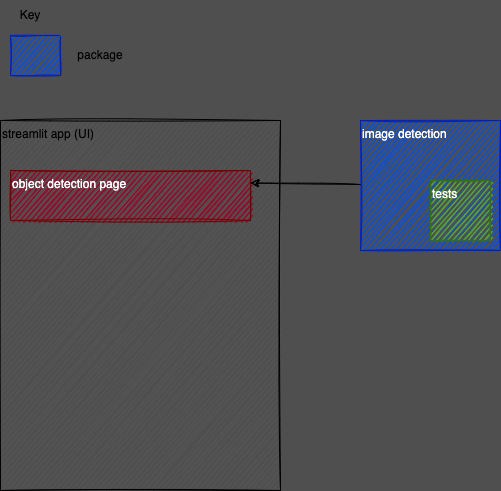
Before: assets/app-design.drawio.png, a diagram exported from draw.io (kbochanski/object-detection-dashboard). Source tidied: cells renumbered, new cells last; positions are measured from the earlier drawing's top-left corner, leaving out a move shared by most shapes.
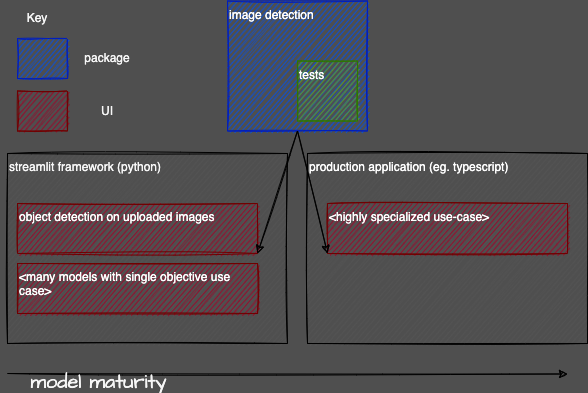
Later version of the same file.

The edit, as a diff of the source:
```diff
@@ -2,23 +2,11 @@
   <root>
     <mxCell id="0" />
     <mxCell id="1" parent="0" />
-    <mxCell id="2" value="streamlit app (UI)" style="rounded=0;whiteSpace=wrap;html=1;verticalAlign=top;align=left;glass=0;sketch=1;shadow=0;fillColor=#545454;" parent="1" vertex="1">
-      <mxGeometry y="120" width="280" height="370" as="geometry" />
+    <mxCell id="2" value="&lt;font color=&quot;#f7f7f7&quot;&gt;streamlit framework (python)&lt;/font&gt;" style="rounded=0;whiteSpace=wrap;html=1;verticalAlign=top;align=left;glass=0;sketch=1;shadow=0;fillColor=#545454;" parent="1" vertex="1">
+      <mxGeometry y="120" width="280" height="190" as="geometry" />
     </mxCell>
-    <mxCell id="3" style="group;sketch=1;" parent="1" vertex="1">
-      <mxGeometry width="130" height="75" as="geometry" />
-    </mxCell>
-    <mxCell id="4" value="Key" style="text;html=1;strokeColor=none;fillColor=none;align=center;verticalAlign=middle;whiteSpace=wrap;rounded=0;shadow=0;glass=0;sketch=1;" parent="3" vertex="1">
-      <mxGeometry width="60" height="30" as="geometry" />
-    </mxCell>
-    <mxCell id="5" value="package" style="text;html=1;strokeColor=none;fillColor=none;align=center;verticalAlign=middle;whiteSpace=wrap;rounded=0;shadow=0;glass=0;sketch=1;" parent="3" vertex="1">
-      <mxGeometry x="70" y="40" width="60" height="30" as="geometry" />
-    </mxCell>
-    <mxCell id="6" style="rounded=0;whiteSpace=wrap;html=1;verticalAlign=top;align=left;glass=0;sketch=1;shadow=0;fillColor=#0050ef;strokeColor=#001DBC;fontColor=#ffffff;" parent="3" vertex="1">
-      <mxGeometry x="10" y="35" width="50" height="40" as="geometry" />
-    </mxCell>
     <mxCell id="7" style="group;sketch=1;" parent="1" vertex="1">
-      <mxGeometry x="360" y="120" width="140" height="130" as="geometry" />
+      <mxGeometry x="220" y="-32.5" width="140" height="130" as="geometry" />
     </mxCell>
     <mxCell id="8" value="image detection" style="rounded=0;whiteSpace=wrap;html=1;verticalAlign=top;align=left;glass=0;sketch=1;shadow=0;fillColor=#0050ef;strokeColor=#001DBC;fontColor=#ffffff;" parent="7" vertex="1">
       <mxGeometry width="140" height="130" as="geometry" />
@@ -29,11 +17,58 @@
     <mxCell id="10" style="group;sketch=1;" parent="1" vertex="1">
       <mxGeometry x="10" y="170" width="240" height="50" as="geometry" />
     </mxCell>
-    <mxCell id="11" value="object detection page" style="rounded=0;whiteSpace=wrap;html=1;verticalAlign=top;align=left;glass=0;sketch=1;shadow=0;fillColor=#a20025;strokeColor=#6F0000;fontColor=#ffffff;" parent="10" vertex="1">
+    <mxCell id="11" value="object detection on uploaded images" style="rounded=0;whiteSpace=wrap;html=1;verticalAlign=top;align=left;glass=0;sketch=1;shadow=0;fillColor=#a20025;strokeColor=#6F0000;fontColor=#ffffff;" parent="10" vertex="1">
       <mxGeometry width="240" height="50" as="geometry" />
     </mxCell>
-    <mxCell id="12" style="edgeStyle=none;html=1;entryX=1;entryY=0.25;entryDx=0;entryDy=0;sketch=1;" parent="1" edge="1" source="8" target="11">
+    <mxCell id="12" style="edgeStyle=none;html=1;entryX=1;entryY=1;entryDx=0;entryDy=0;sketch=1;exitX=0.5;exitY=1;exitDx=0;exitDy=0;" parent="1" edge="1" source="8" target="11">
       <mxGeometry relative="1" as="geometry" />
     </mxCell>
+    <mxCell id="13" value="&amp;lt;many models with single objective use case&amp;gt;" style="rounded=0;whiteSpace=wrap;html=1;verticalAlign=top;align=left;glass=0;sketch=1;shadow=0;fillColor=#a20025;strokeColor=#6F0000;fontColor=#ffffff;" parent="1" vertex="1">
+      <mxGeometry x="10" y="230" width="240" height="50" as="geometry" />
+    </mxCell>
+    <mxCell id="14" value="&lt;font color=&quot;#ffffff&quot;&gt;production application (eg. typescript)&lt;/font&gt;" style="rounded=0;whiteSpace=wrap;html=1;verticalAlign=top;align=left;glass=0;sketch=1;shadow=0;fillColor=#545454;" parent="1" vertex="1">
+      <mxGeometry x="300" y="120" width="280" height="190" as="geometry" />
+    </mxCell>
+    <mxCell id="15" style="group;sketch=1;" parent="1" vertex="1">
+      <mxGeometry x="320" y="170" width="240" height="50" as="geometry" />
+    </mxCell>
+    <mxCell id="16" value="&amp;lt;highly specialized use-case&amp;gt;" style="rounded=0;whiteSpace=wrap;html=1;verticalAlign=top;align=left;glass=0;sketch=1;shadow=0;fillColor=#a20025;strokeColor=#6F0000;fontColor=#ffffff;" parent="15" vertex="1">
+      <mxGeometry width="240" height="50" as="geometry" />
+    </mxCell>
+    <mxCell id="17" style="edgeStyle=none;html=1;entryX=0;entryY=1;entryDx=0;entryDy=0;sketch=1;exitX=0.5;exitY=1;exitDx=0;exitDy=0;" parent="1" edge="1" source="8" target="16">
+      <mxGeometry relative="1" as="geometry" />
+    </mxCell>
+    <mxCell id="18" style="edgeStyle=none;html=1;sketch=1;" parent="1" edge="1">
+      <mxGeometry relative="1" as="geometry">
+        <mxPoint y="340" as="sourcePoint" />
+        <mxPoint x="560" y="340.5" as="targetPoint" />
+      </mxGeometry>
+    </mxCell>
+    <mxCell id="19" value="&lt;font color=&quot;#f7f7f7&quot;&gt;model maturity&lt;/font&gt;" style="edgeLabel;html=1;align=center;verticalAlign=middle;fontSize=20;fontFamily=Architects Daughter;labelBackgroundColor=none;" parent="18" vertex="1">
+      <mxGeometry x="0.13" y="3" relative="1" as="geometry">
+        <mxPoint x="-226" y="10" as="offset" />
+      </mxGeometry>
+    </mxCell>
+    <mxCell id="20" style="group;" parent="1" vertex="1">
+      <mxGeometry y="-30" width="130" height="127.5" as="geometry" />
+    </mxCell>
+    <mxCell id="3" style="group;sketch=1;" parent="20" vertex="1">
+      <mxGeometry width="130" height="75" as="geometry" />
+    </mxCell>
+    <mxCell id="4" value="&lt;font color=&quot;#f7f7f7&quot;&gt;Key&lt;/font&gt;" style="text;html=1;strokeColor=none;fillColor=none;align=center;verticalAlign=middle;whiteSpace=wrap;rounded=0;shadow=0;glass=0;sketch=1;" parent="3" vertex="1">
+      <mxGeometry width="60" height="30" as="geometry" />
+    </mxCell>
+    <mxCell id="5" value="&lt;font color=&quot;#f7f7f7&quot;&gt;package&lt;/font&gt;" style="text;html=1;strokeColor=none;fillColor=none;align=center;verticalAlign=middle;whiteSpace=wrap;rounded=0;shadow=0;glass=0;sketch=1;" parent="3" vertex="1">
+      <mxGeometry x="70" y="40" width="60" height="30" as="geometry" />
+    </mxCell>
+    <mxCell id="6" style="rounded=0;whiteSpace=wrap;html=1;verticalAlign=top;align=left;glass=0;sketch=1;shadow=0;fillColor=#0050ef;strokeColor=#001DBC;fontColor=#ffffff;" parent="3" vertex="1">
+      <mxGeometry x="10" y="35" width="50" height="40" as="geometry" />
+    </mxCell>
+    <mxCell id="21" style="rounded=0;whiteSpace=wrap;html=1;verticalAlign=top;align=left;glass=0;sketch=1;shadow=0;fillColor=#a20025;strokeColor=#6F0000;fontColor=#ffffff;" parent="20" vertex="1">
+      <mxGeometry x="10" y="87.5" width="50" height="40" as="geometry" />
+    </mxCell>
+    <mxCell id="22" value="&lt;font color=&quot;#f7f7f7&quot;&gt;UI&lt;/font&gt;" style="text;html=1;strokeColor=none;fillColor=none;align=center;verticalAlign=middle;whiteSpace=wrap;rounded=0;shadow=0;glass=0;sketch=1;" parent="20" vertex="1">
+      <mxGeometry x="70" y="92.5" width="60" height="30" as="geometry" />
+    </mxCell>
   </root>
 </mxGraphModel>
```
